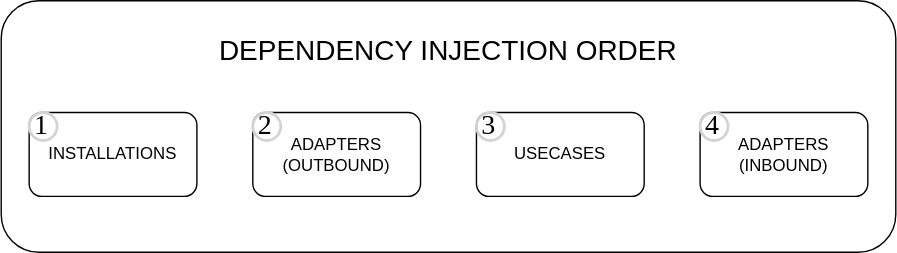
Before: diagram.drawio.svg, a diagram exported from draw.io (Ignaciojeria/einar-ioc-deprecated). Source tidied: cells renumbered, new cells last; positions are measured from the earlier drawing's top-left corner, leaving out a move shared by most shapes.
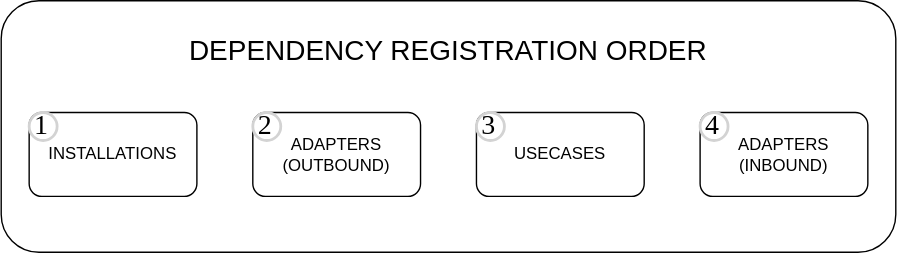
Above is the later version.

Change to the diagram source:
```diff
@@ -5,8 +5,8 @@
     <mxCell id="2" style="rounded=1;whiteSpace=wrap;html=1;" parent="1" vertex="1">
       <mxGeometry width="640" height="180" as="geometry" />
     </mxCell>
-    <mxCell id="3" value="&lt;font style=&quot;font-size: 20px;&quot;&gt;DEPENDENCY INJECTION ORDER&lt;/font&gt;" style="text;html=1;strokeColor=none;fillColor=none;align=center;verticalAlign=middle;whiteSpace=wrap;rounded=0;" parent="1" vertex="1">
-      <mxGeometry x="140" y="20" width="360" height="30" as="geometry" />
+    <mxCell id="3" value="&lt;font style=&quot;font-size: 20px;&quot;&gt;DEPENDENCY REGISTRATION ORDER&lt;/font&gt;" style="text;html=1;strokeColor=none;fillColor=none;align=center;verticalAlign=middle;whiteSpace=wrap;rounded=0;" parent="1" vertex="1">
+      <mxGeometry x="110" y="20" width="420" height="30" as="geometry" />
     </mxCell>
     <mxCell id="4" value="INSTALLATIONS" style="rounded=1;whiteSpace=wrap;html=1;" parent="1" vertex="1">
       <mxGeometry x="20" y="80" width="120" height="60" as="geometry" />
```
